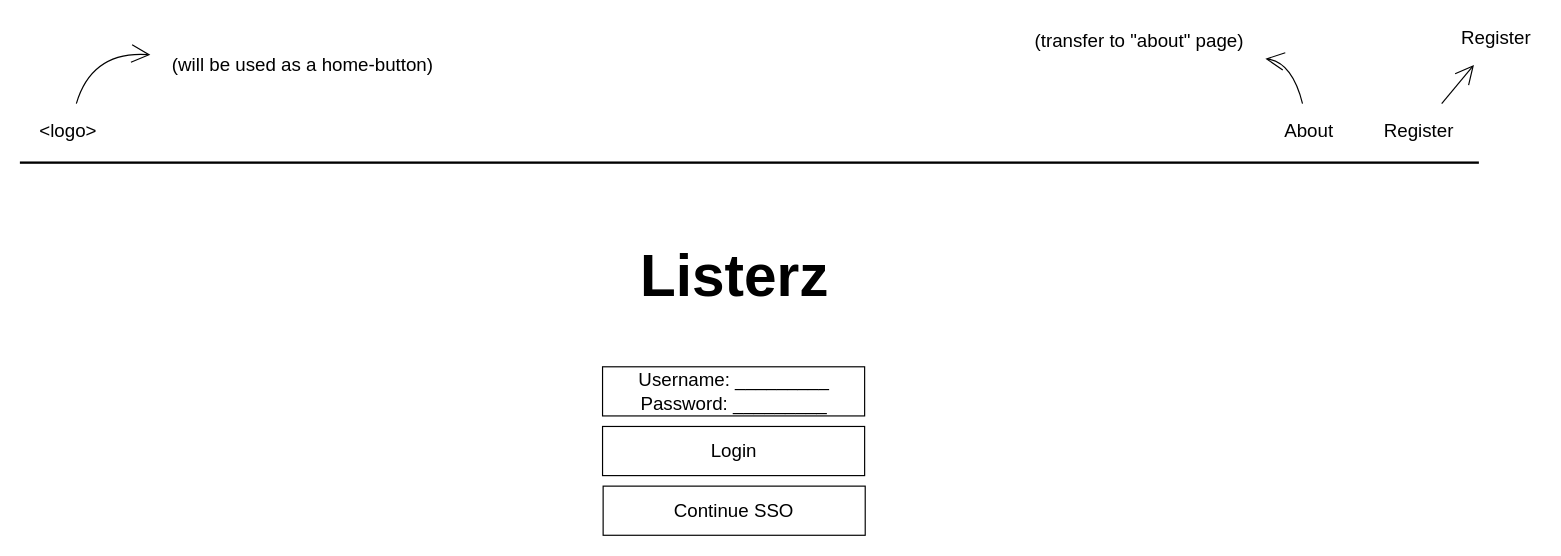
The draw.io diagram page "Page-1" (1 of 2) of drawio files/Untitled Diagram.drawio in AvivYunker/Listility, before the edit. Source tidied: cells renumbered, new cells numbered last; positions are measured from the earlier drawing's top-left corner, leaving out a move shared by most shapes. Both pictures are drawn from the tidied source at 117%, with x=0, y=0 at pixel (20, 20).
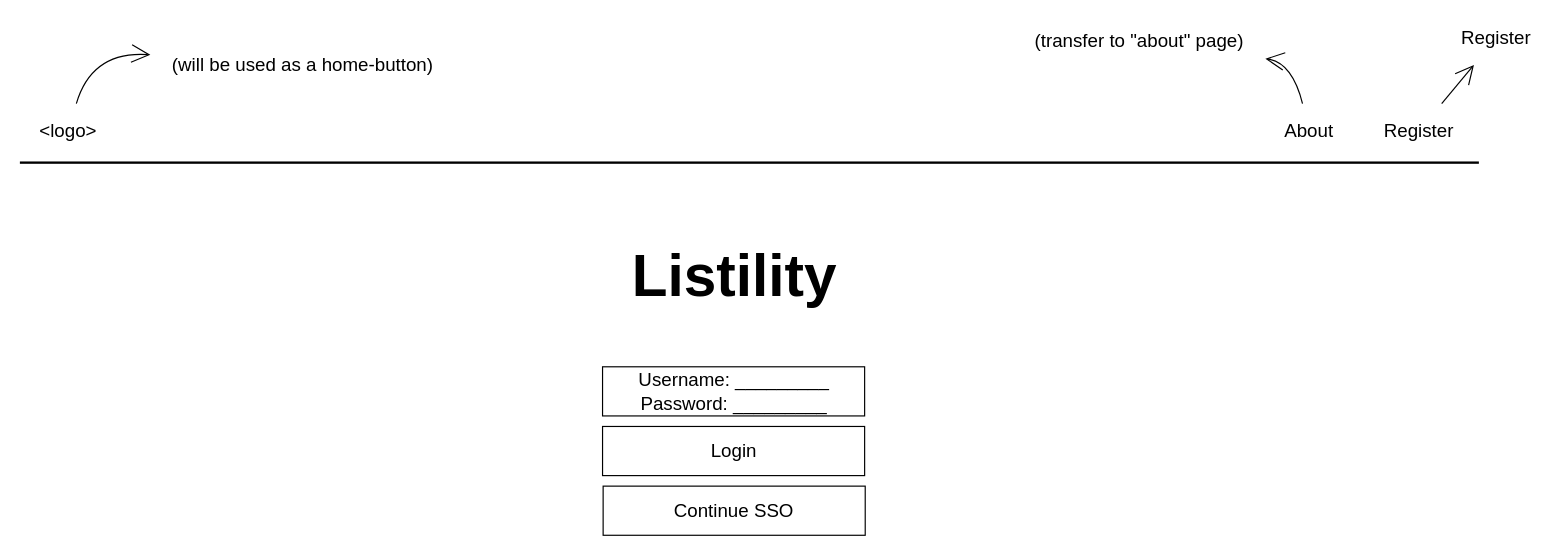
After the change.

Commit message:
add list-preview page

Change to the diagram source:
```diff
@@
 <mxGraphModel>
   <root>
     <mxCell id="0" />
     <mxCell id="1" parent="0" />
     <mxCell id="2" value="Username: _________&lt;br&gt;Password: _________&lt;br&gt;" style="rounded=0;whiteSpace=wrap;html=1;sketch=0;hachureGap=4;fontSize=16;" parent="1" vertex="1">
       <mxGeometry x="497.5" y="296" width="224" height="42" as="geometry" />
     </mxCell>
-    <mxCell id="3" value="&lt;h1&gt;&lt;font style=&quot;font-size: 50px&quot;&gt;Listerz&lt;/font&gt;&lt;/h1&gt;" style="text;html=1;align=center;verticalAlign=middle;strokeColor=none;fillColor=none;sketch=0;hachureGap=4;fontSize=16;" parent="1" vertex="1">
-      <mxGeometry x="524" y="182" width="171" height="72" as="geometry" />
+    <mxCell id="3" value="&lt;h1&gt;&lt;font style=&quot;font-size: 50px&quot;&gt;Listility&lt;/font&gt;&lt;/h1&gt;" style="text;html=1;align=center;verticalAlign=middle;strokeColor=none;fillColor=none;sketch=0;hachureGap=4;fontSize=16;" parent="1" vertex="1">
+      <mxGeometry x="517" y="182" width="185" height="72" as="geometry" />
     </mxCell>
     <mxCell id="4" value="Login" style="rounded=0;whiteSpace=wrap;html=1;sketch=0;hachureGap=4;fontSize=16;" parent="1" vertex="1">
       <mxGeometry x="497.5" y="347" width="224" height="42" as="geometry" />
     </mxCell>
     <mxCell id="5" value="Continue SSO" style="whiteSpace=wrap;html=1;sketch=0;hachureGap=4;fontSize=16;" parent="1" vertex="1">
       <mxGeometry x="498" y="398" width="224" height="42" as="geometry" />
     </mxCell>
     <mxCell id="6" style="rounded=0;whiteSpace=wrap;html=1;sketch=0;hachureGap=4;fontSize=16;fillColor=none;" parent="1" vertex="1">
       <mxGeometry y="121" width="1246" height="1" as="geometry" />
     </mxCell>
     <mxCell id="7" style="edgeStyle=none;curved=1;sketch=0;jettySize=auto;html=1;fontSize=16;endArrow=open;startSize=14;endSize=14;sourcePerimeterSpacing=8;targetPerimeterSpacing=8;" parent="1" edge="1" source="8" target="11">
       <mxGeometry relative="1" as="geometry">
         <Array as="points">
           <mxPoint x="61" y="26" />
         </Array>
       </mxGeometry>
     </mxCell>
     <mxCell id="8" value="&amp;lt;logo&amp;gt;" style="text;strokeColor=none;fillColor=none;html=1;align=center;verticalAlign=middle;whiteSpace=wrap;rounded=0;sketch=0;hachureGap=4;fontSize=16;" parent="1" vertex="1">
       <mxGeometry x="11" y="79" width="60" height="30" as="geometry" />
     </mxCell>
     <mxCell id="9" style="edgeStyle=none;curved=1;sketch=0;jettySize=auto;html=1;fontSize=16;endArrow=open;startSize=14;endSize=14;sourcePerimeterSpacing=8;targetPerimeterSpacing=8;" parent="1" edge="1" source="10" target="15">
       <mxGeometry relative="1" as="geometry" />
     </mxCell>
     <mxCell id="10" value="Register" style="text;strokeColor=none;fillColor=none;html=1;align=center;verticalAlign=middle;whiteSpace=wrap;rounded=0;sketch=0;hachureGap=4;fontSize=16;" parent="1" vertex="1">
       <mxGeometry x="1158" y="79" width="75" height="30" as="geometry" />
     </mxCell>
     <mxCell id="11" value="(will be used as a home-button)" style="text;strokeColor=none;fillColor=none;html=1;align=center;verticalAlign=middle;whiteSpace=wrap;rounded=0;sketch=0;hachureGap=4;fontSize=16;" parent="1" vertex="1">
       <mxGeometry x="119" y="23" width="245" height="30" as="geometry" />
     </mxCell>
     <mxCell id="12" style="edgeStyle=none;curved=1;sketch=0;jettySize=auto;html=1;fontSize=16;endArrow=open;startSize=14;endSize=14;sourcePerimeterSpacing=8;targetPerimeterSpacing=8;" parent="1" edge="1" source="13" target="14">
       <mxGeometry relative="1" as="geometry">
         <Array as="points">
           <mxPoint x="1087" y="36" />
         </Array>
       </mxGeometry>
     </mxCell>
     <mxCell id="13" value="About" style="text;strokeColor=none;fillColor=none;html=1;align=center;verticalAlign=middle;whiteSpace=wrap;rounded=0;sketch=0;hachureGap=4;fontSize=16;" parent="1" vertex="1">
       <mxGeometry x="1064" y="79" width="75" height="30" as="geometry" />
     </mxCell>
     <mxCell id="14" value="(transfer to &quot;about&quot; page)" style="text;strokeColor=none;fillColor=none;html=1;align=center;verticalAlign=middle;whiteSpace=wrap;rounded=0;sketch=0;hachureGap=4;fontSize=16;" parent="1" vertex="1">
       <mxGeometry x="857" y="2" width="199" height="30" as="geometry" />
     </mxCell>
     <mxCell id="15" value="Register" style="text;strokeColor=none;fillColor=none;html=1;align=center;verticalAlign=middle;whiteSpace=wrap;rounded=0;sketch=0;hachureGap=4;fontSize=16;" parent="1" vertex="1">
       <mxGeometry x="1224" width="75" height="30" as="geometry" />
     </mxCell>
   </root>
 </mxGraphModel>
```
